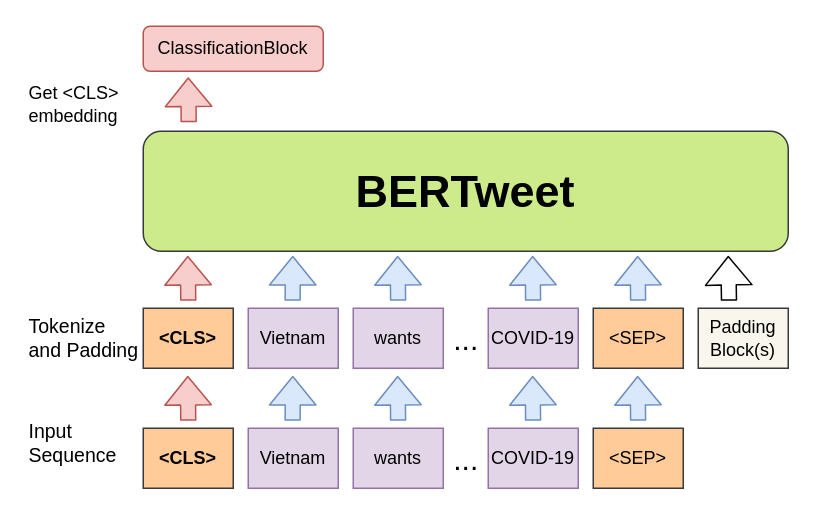
Earlier version of the draw.io diagram Report/Model.drawio (quocthai9120/W-NUT-2020-Shared-Task-2). Source tidied: cells renumbered, new cells numbered last; positions are measured from the earlier drawing's top-left corner, leaving out a move shared by most shapes. Both pictures are drawn from the tidied source at 150%, with x=0, y=0 at pixel (26, 26).
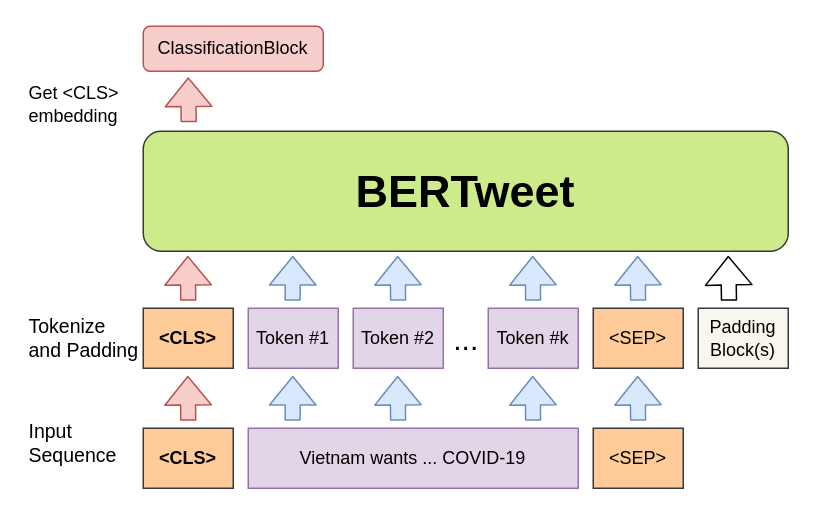
After the change.

The edit, as a diff of the source:
```diff
@@
-    <mxCell id="4" value="Vietnam" style="rounded=0;whiteSpace=wrap;html=1;fillColor=#e1d5e7;strokeColor=#9673a6;" parent="1" vertex="1">
+    <mxCell id="4" value="Token #1" style="rounded=0;whiteSpace=wrap;html=1;fillColor=#e1d5e7;strokeColor=#9673a6;" parent="1" vertex="1">
       <mxGeometry x="148" y="188" width="60" height="40" as="geometry" />
     </mxCell>
@@
-    <mxCell id="14" value="wants" style="rounded=0;whiteSpace=wrap;html=1;fillColor=#e1d5e7;strokeColor=#9673a6;" parent="1" vertex="1">
+    <mxCell id="14" value="Token #2" style="rounded=0;whiteSpace=wrap;html=1;fillColor=#e1d5e7;strokeColor=#9673a6;" parent="1" vertex="1">
       <mxGeometry x="218" y="188" width="60" height="40" as="geometry" />
     </mxCell>
@@
-    <mxCell id="16" value="COVID-19" style="rounded=0;whiteSpace=wrap;html=1;fillColor=#e1d5e7;strokeColor=#9673a6;" parent="1" vertex="1">
+    <mxCell id="16" value="Token #k" style="rounded=0;whiteSpace=wrap;html=1;fillColor=#e1d5e7;strokeColor=#9673a6;" parent="1" vertex="1">
       <mxGeometry x="308" y="188" width="60" height="40" as="geometry" />
     </mxCell>
@@
-    <mxCell id="18" value="Vietnam" style="rounded=0;whiteSpace=wrap;html=1;fillColor=#e1d5e7;strokeColor=#9673a6;" parent="1" vertex="1">
-      <mxGeometry x="148" y="268" width="60" height="40" as="geometry" />
+    <mxCell id="18" value="Vietnam wants ... COVID-19" style="rounded=0;whiteSpace=wrap;html=1;fillColor=#e1d5e7;strokeColor=#9673a6;" parent="1" vertex="1">
+      <mxGeometry x="148" y="268" width="220" height="40" as="geometry" />
     </mxCell>
@@
-    <mxCell id="25" value="wants" style="rounded=0;whiteSpace=wrap;html=1;fillColor=#e1d5e7;strokeColor=#9673a6;" parent="1" vertex="1">
-      <mxGeometry x="218" y="268" width="60" height="40" as="geometry" />
-    </mxCell>
-    <mxCell id="26" value="&lt;font style=&quot;font-size: 20px&quot;&gt;...&lt;/font&gt;" style="text;html=1;align=center;verticalAlign=middle;" parent="1" vertex="1">
-      <mxGeometry x="278" y="278" width="30" height="20" as="geometry" />
-    </mxCell>
-    <mxCell id="27" value="COVID-19" style="rounded=0;whiteSpace=wrap;html=1;fillColor=#e1d5e7;strokeColor=#9673a6;" parent="1" vertex="1">
-      <mxGeometry x="308" y="268" width="60" height="40" as="geometry" />
-    </mxCell>
```
